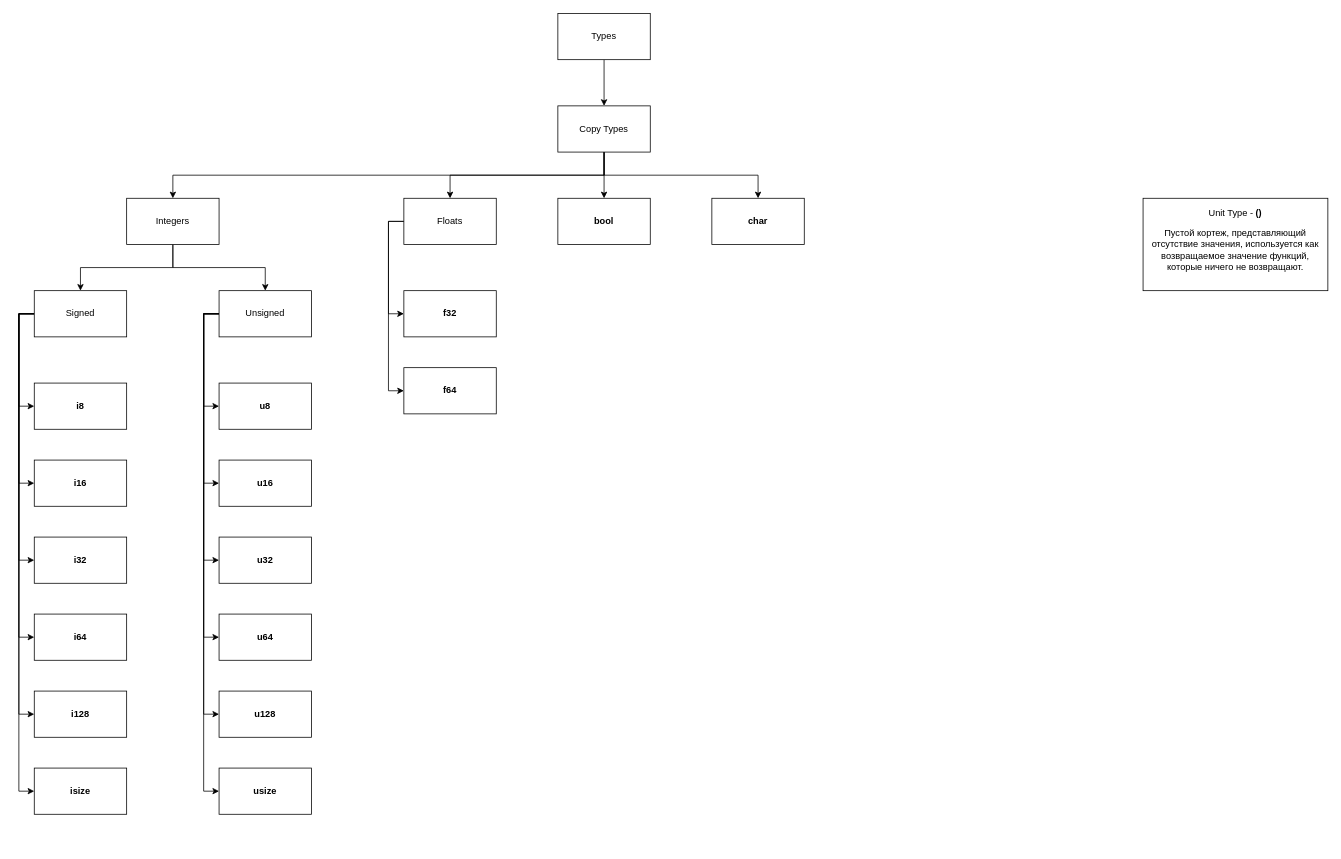
Above: Rust.drawio in dorozhkoanton/drawios (draw.io), before the change. Source tidied: cells renumbered, new cells numbered last; positions are measured from the earlier drawing's top-left corner, leaving out a move shared by most shapes. Both pictures are drawn from the tidied source at 77%, with x=0, y=0 at pixel (34, 13).
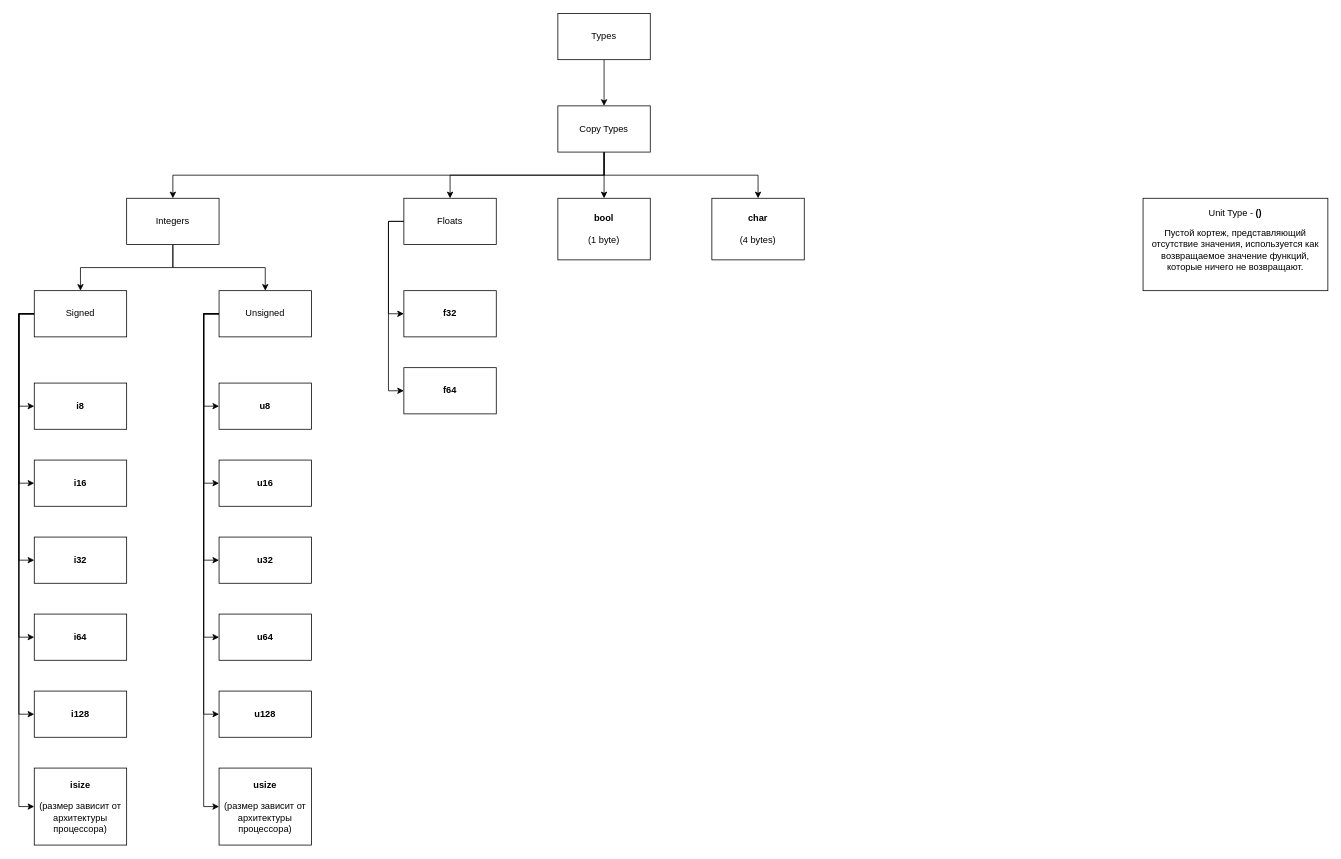
Above is the later version.

What changed in the source:
```diff
@@
-    <mxCell id="10" value="&lt;b&gt;bool&lt;/b&gt;" style="whiteSpace=wrap;html=1;" parent="1" vertex="1">
-      <mxGeometry x="680" y="240" width="120" height="60" as="geometry" />
+    <mxCell id="10" value="&lt;b&gt;bool&lt;/b&gt;&lt;div&gt;&lt;b&gt;&lt;br&gt;&lt;/b&gt;&lt;div&gt;(&lt;span style=&quot;background-color: transparent; color: light-dark(rgb(0, 0, 0), rgb(255, 255, 255));&quot;&gt;1 byte&lt;/span&gt;&lt;span style=&quot;background-color: transparent; color: light-dark(rgb(0, 0, 0), rgb(255, 255, 255));&quot;&gt;)&lt;/span&gt;&lt;/div&gt;&lt;/div&gt;" style="whiteSpace=wrap;html=1;" parent="1" vertex="1">
+      <mxGeometry x="680" y="240" width="120" height="80" as="geometry" />
     </mxCell>
@@
-    <mxCell id="40" value="&lt;b&gt;isize&lt;/b&gt;" style="whiteSpace=wrap;html=1;" parent="1" vertex="1">
-      <mxGeometry y="980" width="120" height="60" as="geometry" />
+    <mxCell id="40" value="&lt;b&gt;isize&lt;/b&gt;&lt;div&gt;&lt;b&gt;&lt;br&gt;&lt;/b&gt;&lt;div&gt;(&lt;span style=&quot;background-color: transparent; color: light-dark(rgb(0, 0, 0), rgb(255, 255, 255));&quot;&gt;размер зависит от архитектуры процессора&lt;/span&gt;&lt;span style=&quot;background-color: transparent; color: light-dark(rgb(0, 0, 0), rgb(255, 255, 255));&quot;&gt;)&lt;/span&gt;&lt;/div&gt;&lt;/div&gt;" style="whiteSpace=wrap;html=1;" parent="1" vertex="1">
+      <mxGeometry y="980" width="120" height="100" as="geometry" />
     </mxCell>
-    <mxCell id="41" value="&lt;b&gt;usize&lt;/b&gt;" style="whiteSpace=wrap;html=1;" parent="1" vertex="1">
-      <mxGeometry x="240" y="980" width="120" height="60" as="geometry" />
+    <mxCell id="41" value="&lt;b&gt;usize&lt;/b&gt;&lt;div&gt;&lt;b&gt;&lt;br&gt;&lt;/b&gt;&lt;div&gt;(&lt;span style=&quot;background-color: transparent; color: light-dark(rgb(0, 0, 0), rgb(255, 255, 255));&quot;&gt;размер зависит от архитектуры процессора&lt;/span&gt;&lt;span style=&quot;background-color: transparent; color: light-dark(rgb(0, 0, 0), rgb(255, 255, 255));&quot;&gt;)&lt;/span&gt;&lt;/div&gt;&lt;/div&gt;" style="whiteSpace=wrap;html=1;" parent="1" vertex="1">
+      <mxGeometry x="240" y="980" width="120" height="100" as="geometry" />
     </mxCell>
@@
-    <mxCell id="44" value="&lt;b&gt;char&lt;/b&gt;" style="whiteSpace=wrap;html=1;" parent="1" vertex="1">
-      <mxGeometry x="880" y="240" width="120" height="60" as="geometry" />
+    <mxCell id="44" value="&lt;b&gt;char&lt;/b&gt;&lt;div&gt;&lt;br&gt;&lt;/div&gt;&lt;div&gt;(&lt;span style=&quot;background-color: transparent; color: light-dark(rgb(0, 0, 0), rgb(255, 255, 255));&quot;&gt;4 bytes&lt;/span&gt;&lt;span style=&quot;background-color: transparent; color: light-dark(rgb(0, 0, 0), rgb(255, 255, 255));&quot;&gt;)&lt;/span&gt;&lt;/div&gt;" style="whiteSpace=wrap;html=1;" parent="1" vertex="1">
+      <mxGeometry x="880" y="240" width="120" height="80" as="geometry" />
     </mxCell>
```
